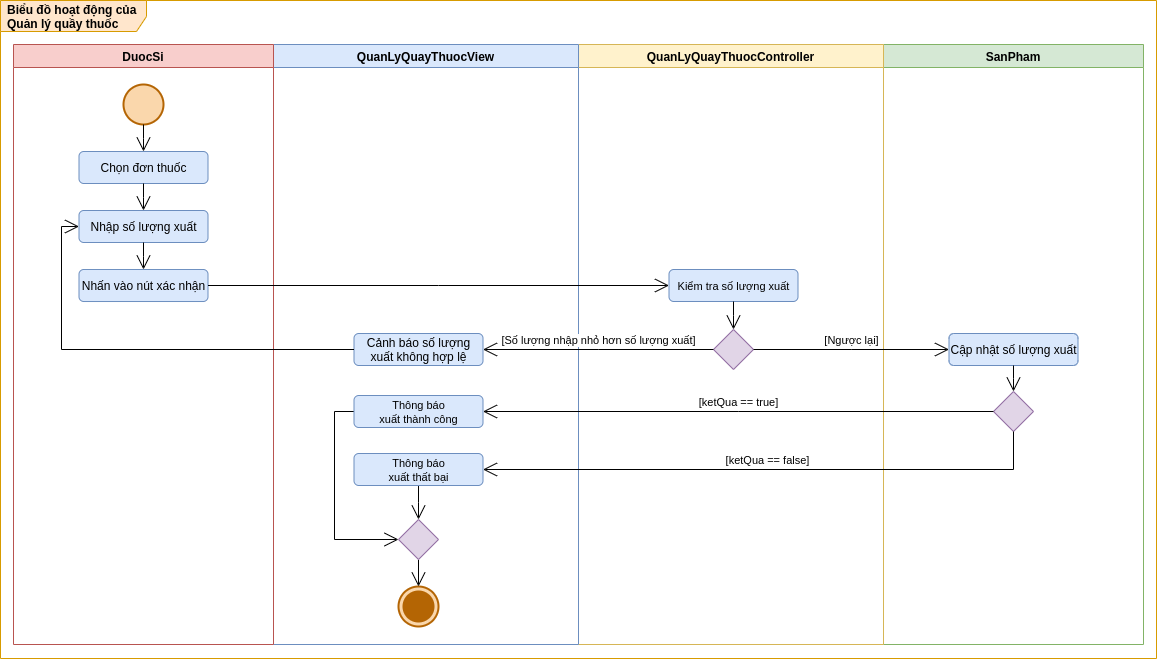
Earlier version of the draw.io export images/Activity Diagram/Manage drugstore.png (luclegen/medicine16). Source tidied: cells renumbered, new cells last; positions are measured from the earlier drawing's top-left corner, leaving out a move shared by most shapes.
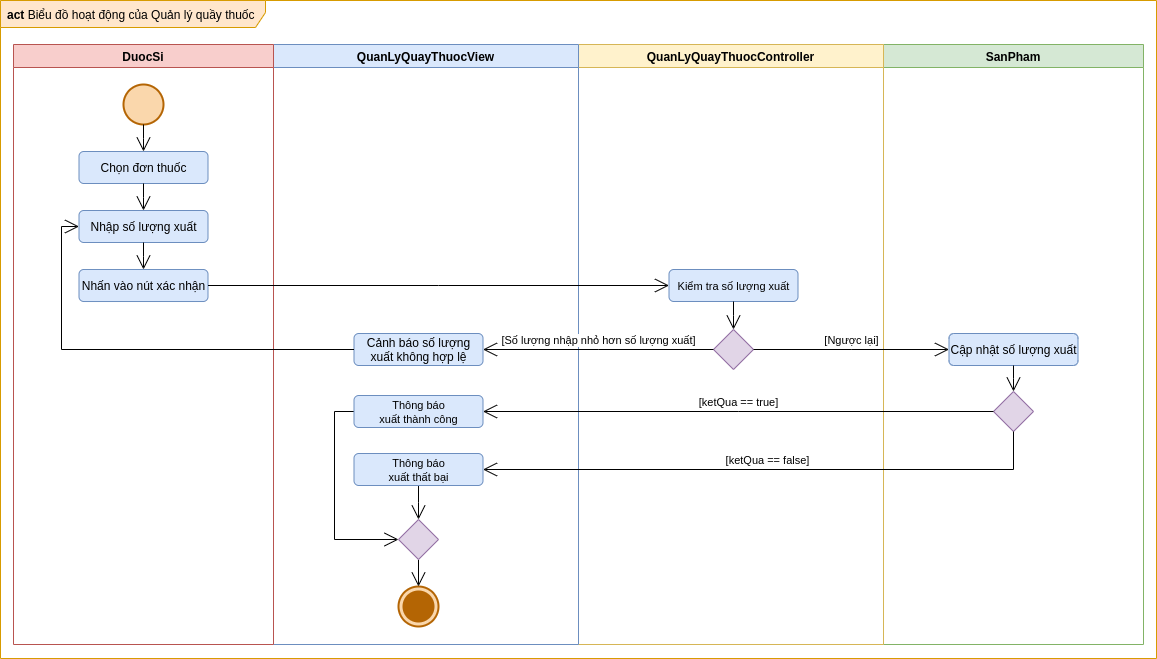
After the commit.

Commit message:
Update Manage drugstore

Change to the diagram source:
```diff
@@ -2,9 +2,9 @@
   <root>
     <mxCell id="0" />
     <mxCell id="1" parent="0" />
-    <mxCell id="2" value="Biểu đồ hoạt động của&lt;br&gt;&lt;b&gt;Quản lý quầy thuốc&lt;/b&gt;" style="shape=umlFrame;whiteSpace=wrap;html=1;width=146;height=31;boundedLbl=1;verticalAlign=middle;align=left;spacingLeft=5;fontStyle=1;fillColor=#ffe6cc;strokeColor=#d79b00;swimlaneFillColor=#FFFFFF;" parent="1" vertex="1">
-      <mxGeometry width="1156" height="658" as="geometry" />
-    </mxCell>
+    <mxCell id="34" value="act&lt;span style=&quot;font-weight: normal&quot;&gt; Biểu đồ hoạt động của&amp;nbsp;Quản lý quầy thuốc&lt;/span&gt;" style="shape=umlFrame;whiteSpace=wrap;html=1;width=265;height=27;boundedLbl=1;verticalAlign=middle;align=left;spacingLeft=5;fontStyle=1;fillColor=#ffe6cc;strokeColor=#d79b00;swimlaneFillColor=#FFFFFF;" parent="1" vertex="1">
+      <mxGeometry width="1156" height="658" as="geometry" />
+    </mxCell>
     <mxCell id="3" value="SanPham" style="swimlane;fillColor=#d5e8d4;strokeColor=#82b366;" parent="1" vertex="1">
       <mxGeometry x="883" y="44" width="260" height="600" as="geometry" />
     </mxCell>
```
